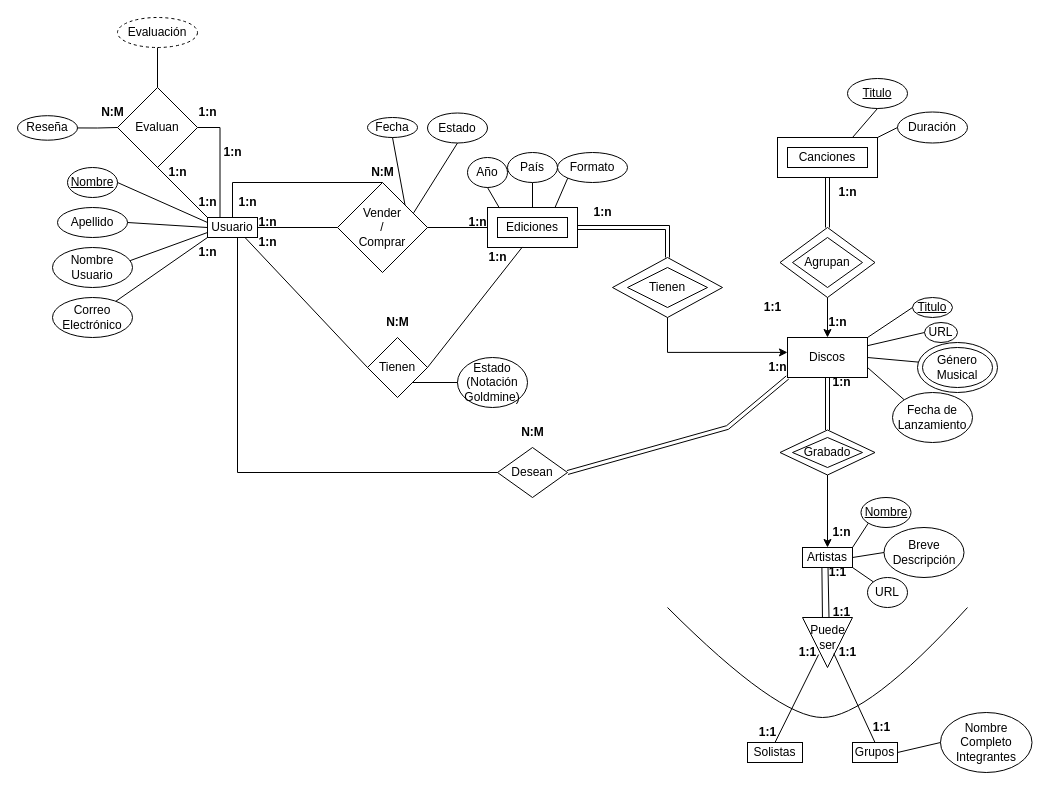
Above: Modelo E-R (mod).drawio in HugoOvide/BBDD_1 (draw.io), before the change. Source tidied: cells renumbered, new cells numbered last; positions are measured from the earlier drawing's top-left corner, leaving out a move shared by most shapes. Both pictures are drawn from the tidied source at 100%, with x=0, y=0 at pixel (17, 17).
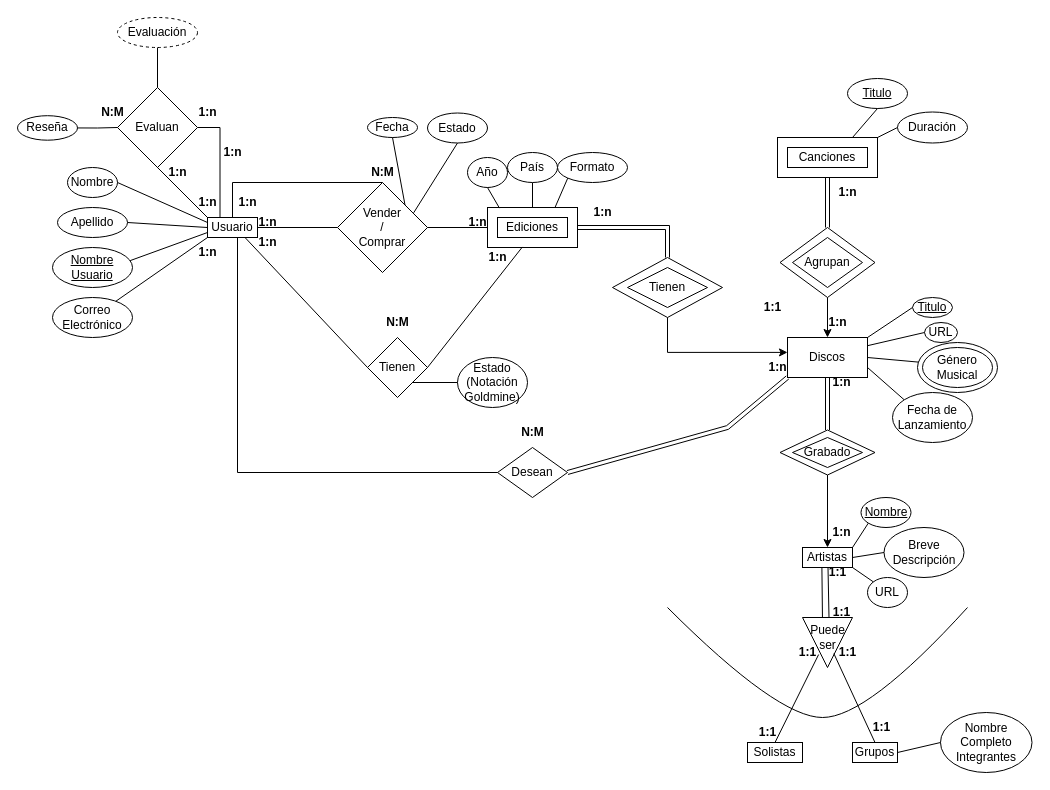
The same page after the edit.

Diff of the diagram source:
```diff
@@
-    <mxCell id="74" value="&lt;u&gt;Nombre&lt;/u&gt;" style="ellipse;whiteSpace=wrap;html=1;" parent="1" vertex="1">
+    <mxCell id="74" value="Nombre" style="ellipse;whiteSpace=wrap;html=1;" parent="1" vertex="1">
       <mxGeometry x="50" y="150" width="50" height="30" as="geometry" />
     </mxCell>
@@
-    <mxCell id="76" value="Nombre&lt;div&gt;Usuario&lt;/div&gt;" style="ellipse;whiteSpace=wrap;html=1;" parent="1" vertex="1">
+    <mxCell id="76" value="&lt;u&gt;Nombre&lt;/u&gt;&lt;div&gt;&lt;u&gt;Usuario&lt;/u&gt;&lt;/div&gt;" style="ellipse;whiteSpace=wrap;html=1;" parent="1" vertex="1">
       <mxGeometry x="35" y="230" width="80" height="40" as="geometry" />
     </mxCell>
```
